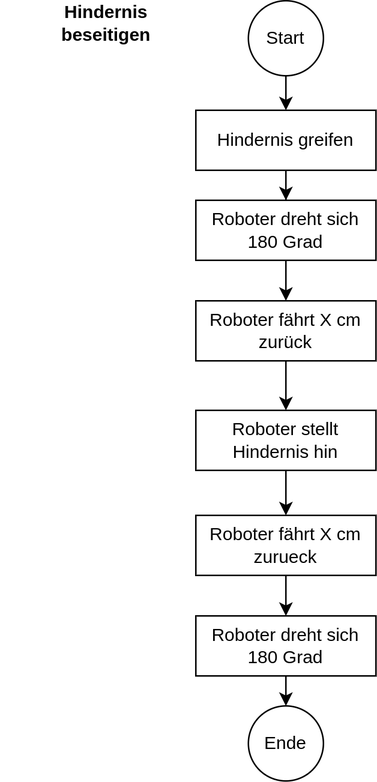
Above: assets/gesamtkonzept/ablaufdiagramm-hindernis-bewegen.png in ameyer3/hslu-pren-1 (draw.io), before the change. Source tidied: cells renumbered, new cells last; positions are measured from the earlier drawing's top-left corner, leaving out a move shared by most shapes.
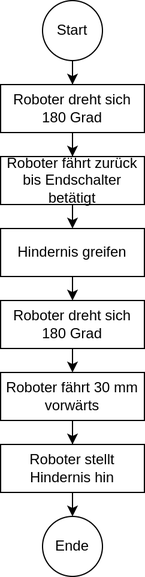
The same file after the commit.

Change to the diagram source:
```diff
@@ -2,53 +2,50 @@
   <root>
     <mxCell id="0" />
     <mxCell id="1" parent="0" />
-    <mxCell id="2" style="edgeStyle=orthogonalEdgeStyle;rounded=0;jettySize=auto;html=1;exitX=0.5;exitY=1;exitDx=0;exitDy=0;" parent="1" edge="1" source="3" target="5">
-      <mxGeometry relative="1" as="geometry" />
-    </mxCell>
+    <mxCell id="18" style="edgeStyle=orthogonalEdgeStyle;rounded=0;jettySize=auto;html=1;exitX=0.5;exitY=1;exitDx=0;exitDy=0;entryX=0.5;entryY=0;entryDx=0;entryDy=0;" parent="1" edge="1" source="3" target="13">
+      <mxGeometry relative="1" as="geometry" />
+    </mxCell>
     <mxCell id="3" value="Hindernis greifen" style="whiteSpace=wrap;html=1;" parent="1" vertex="1">
-      <mxGeometry x="130" y="73" width="120" height="40" as="geometry" />
+      <mxGeometry x="130" y="200" width="120" height="40" as="geometry" />
     </mxCell>
-    <mxCell id="4" style="edgeStyle=orthogonalEdgeStyle;rounded=0;jettySize=auto;html=1;exitX=0.5;exitY=1;exitDx=0;exitDy=0;entryX=0.5;entryY=0;entryDx=0;entryDy=0;" parent="1" edge="1" source="5" target="7">
+    <mxCell id="4" style="edgeStyle=orthogonalEdgeStyle;rounded=0;jettySize=auto;html=1;" parent="1" edge="1" source="5" target="7">
       <mxGeometry relative="1" as="geometry" />
     </mxCell>
     <mxCell id="5" value="Roboter dreht sich 180 Grad" style="whiteSpace=wrap;html=1;" parent="1" vertex="1">
-      <mxGeometry x="130" y="133" width="120" height="40" as="geometry" />
+      <mxGeometry x="130" y="80" width="120" height="40" as="geometry" />
     </mxCell>
-    <mxCell id="6" style="edgeStyle=orthogonalEdgeStyle;rounded=0;jettySize=auto;html=1;exitX=0.5;exitY=1;exitDx=0;exitDy=0;entryX=0.5;entryY=0;entryDx=0;entryDy=0;" parent="1" edge="1" source="7" target="9">
-      <mxGeometry relative="1" as="geometry" />
-    </mxCell>
+    <mxCell id="19" style="edgeStyle=orthogonalEdgeStyle;rounded=0;jettySize=auto;html=1;exitX=0.5;exitY=1;exitDx=0;exitDy=0;entryX=0.5;entryY=0;entryDx=0;entryDy=0;" parent="1" edge="1" source="7" target="3">
+      <mxGeometry relative="1" as="geometry" />
+    </mxCell>
-    <mxCell id="7" value="Roboter fährt X cm zurück" style="whiteSpace=wrap;html=1;" parent="1" vertex="1">
-      <mxGeometry x="130" y="200" width="120" height="40" as="geometry" />
+    <mxCell id="7" value="Roboter fährt zurück bis Endschalter betätigt" style="whiteSpace=wrap;html=1;" parent="1" vertex="1">
+      <mxGeometry x="130" y="140" width="120" height="40" as="geometry" />
     </mxCell>
-    <mxCell id="8" style="edgeStyle=orthogonalEdgeStyle;rounded=0;jettySize=auto;html=1;exitX=0.5;exitY=1;exitDx=0;exitDy=0;" parent="1" edge="1" source="9" target="11">
+    <mxCell id="8" style="edgeStyle=orthogonalEdgeStyle;rounded=0;jettySize=auto;html=1;exitX=0.5;exitY=1;exitDx=0;exitDy=0;entryX=0.5;entryY=0;entryDx=0;entryDy=0;" parent="1" edge="1" source="9" target="17">
       <mxGeometry relative="1" as="geometry" />
     </mxCell>
     <mxCell id="9" value="Roboter stellt Hindernis hin" style="whiteSpace=wrap;html=1;" parent="1" vertex="1">
-      <mxGeometry x="130" y="273" width="120" height="40" as="geometry" />
+      <mxGeometry x="130" y="380" width="120" height="40" as="geometry" />
     </mxCell>
-    <mxCell id="10" style="edgeStyle=orthogonalEdgeStyle;rounded=0;jettySize=auto;html=1;exitX=0.5;exitY=1;exitDx=0;exitDy=0;entryX=0.5;entryY=0;entryDx=0;entryDy=0;" parent="1" edge="1" source="11" target="13">
-      <mxGeometry relative="1" as="geometry" />
-    </mxCell>
-    <mxCell id="11" value="Roboter fährt X cm zurueck" style="whiteSpace=wrap;html=1;" parent="1" vertex="1">
-      <mxGeometry x="130" y="343" width="120" height="40" as="geometry" />
-    </mxCell>
-    <mxCell id="12" style="edgeStyle=orthogonalEdgeStyle;rounded=0;jettySize=auto;html=1;exitX=0.5;exitY=1;exitDx=0;exitDy=0;entryX=0.5;entryY=0;entryDx=0;entryDy=0;" parent="1" edge="1" source="13" target="17">
-      <mxGeometry relative="1" as="geometry" />
-    </mxCell>
-    <mxCell id="13" value="Roboter dreht sich 180 Grad" style="whiteSpace=wrap;html=1;" parent="1" vertex="1">
-      <mxGeometry x="130" y="410" width="120" height="40" as="geometry" />
-    </mxCell>
-    <mxCell id="14" value="&lt;span style=&quot;text-wrap: wrap;&quot;&gt;&lt;b&gt;Hindernis beseitigen&lt;/b&gt;&lt;/span&gt;" style="text;html=1;align=center;verticalAlign=middle;strokeColor=none;fillColor=none;" parent="1" vertex="1">
-      <mxGeometry width="140" height="30" as="geometry" />
-    </mxCell>
-    <mxCell id="15" style="edgeStyle=orthogonalEdgeStyle;rounded=0;jettySize=auto;html=1;exitX=0.5;exitY=1;exitDx=0;exitDy=0;entryX=0.5;entryY=0;entryDx=0;entryDy=0;" parent="1" edge="1" source="16" target="3">
-      <mxGeometry relative="1" as="geometry" />
-    </mxCell>
+    <mxCell id="20" style="edgeStyle=orthogonalEdgeStyle;rounded=0;jettySize=auto;html=1;entryX=0.5;entryY=0;entryDx=0;entryDy=0;" parent="1" edge="1" source="16" target="5">
+      <mxGeometry relative="1" as="geometry" />
+    </mxCell>
     <mxCell id="16" value="Start" style="ellipse;whiteSpace=wrap;html=1;" parent="1" vertex="1">
-      <mxGeometry x="165" width="50" height="50" as="geometry" />
+      <mxGeometry x="165" y="10" width="50" height="50" as="geometry" />
     </mxCell>
     <mxCell id="17" value="Ende" style="ellipse;whiteSpace=wrap;html=1;" parent="1" vertex="1">
-      <mxGeometry x="165" y="470" width="50" height="50" as="geometry" />
+      <mxGeometry x="165" y="440" width="50" height="50" as="geometry" />
     </mxCell>
+    <mxCell id="21" style="edgeStyle=orthogonalEdgeStyle;rounded=0;jettySize=auto;html=1;exitX=0.5;exitY=1;exitDx=0;exitDy=0;entryX=0.5;entryY=0;entryDx=0;entryDy=0;" parent="1" edge="1" source="13" target="23">
+      <mxGeometry relative="1" as="geometry" />
+    </mxCell>
+    <mxCell id="13" value="Roboter dreht sich 180 Grad" style="whiteSpace=wrap;html=1;" parent="1" vertex="1">
+      <mxGeometry x="130" y="260" width="120" height="40" as="geometry" />
+    </mxCell>
+    <mxCell id="22" style="edgeStyle=orthogonalEdgeStyle;rounded=0;jettySize=auto;html=1;exitX=0.5;exitY=1;exitDx=0;exitDy=0;" parent="1" edge="1" source="23" target="9">
+      <mxGeometry relative="1" as="geometry" />
+    </mxCell>
+    <mxCell id="23" value="Roboter fährt 30 mm vorwärts" style="whiteSpace=wrap;html=1;" parent="1" vertex="1">
+      <mxGeometry x="130" y="320" width="120" height="40" as="geometry" />
+    </mxCell>
   </root>
 </mxGraphModel>
```
